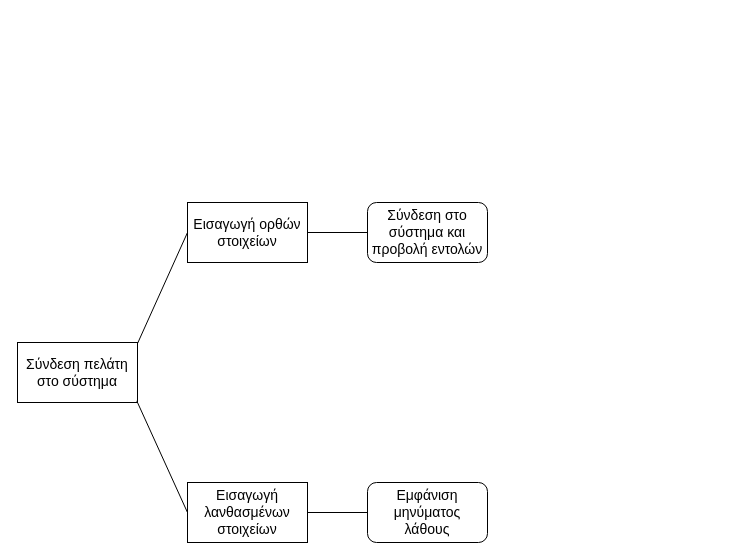
WilhelmStein/Analysis-and-Design-of-Software keeps this draw.io diagram as Structured_Analysis/Decision_Tree.drawio. Above is the earlier version. Source tidied: cells renumbered, new cells numbered last; positions are measured from the earlier drawing's top-left corner, leaving out a move shared by most shapes. Both pictures are drawn from the tidied source at 100%, with x=0, y=0 at pixel (17, 202).
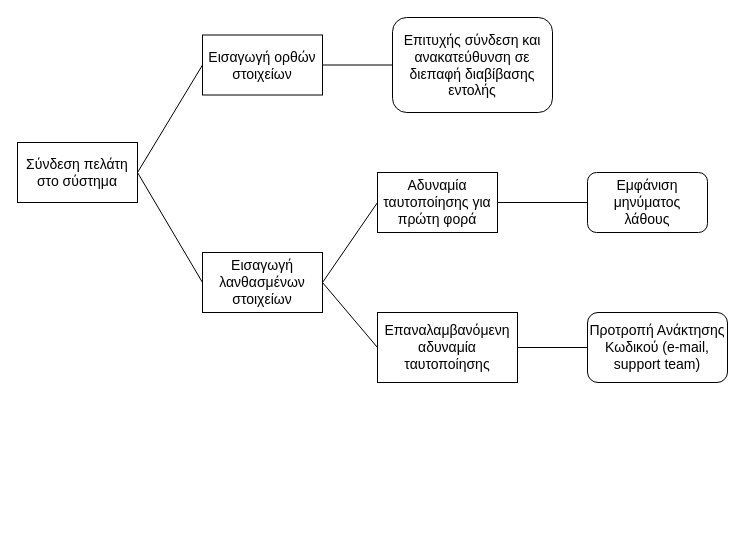
The same diagram, later.

Commit message (it also covers changes not shown here):
Decision tree redo and Data lexicon

The edit, as a diff of the source:
```diff
@@
 <mxGraphModel>
   <root>
     <mxCell id="0" />
     <mxCell id="1" parent="0" />
     <mxCell id="2" value="&lt;font style=&quot;font-size: 14px&quot;&gt;Σύνδεση πελάτη στο σύστημα&lt;/font&gt;" style="rounded=0;whiteSpace=wrap;html=1;" parent="1" vertex="1">
-      <mxGeometry y="140" width="120" height="60" as="geometry" />
+      <mxGeometry y="-60" width="120" height="60" as="geometry" />
     </mxCell>
     <mxCell id="3" value="&lt;font style=&quot;font-size: 14px&quot;&gt;Εισαγωγή ορθών στοιχείων&lt;/font&gt;" style="rounded=0;whiteSpace=wrap;html=1;glass=0;comic=0;shadow=0;" parent="1" vertex="1">
-      <mxGeometry x="170" width="120" height="60" as="geometry" />
+      <mxGeometry x="185" y="-167.5" width="120" height="60" as="geometry" />
     </mxCell>
     <mxCell id="4" value="&lt;font style=&quot;font-size: 14px&quot;&gt;Εισαγωγή λανθασμένων&lt;br&gt;στοιχείων&lt;/font&gt;" style="rounded=0;whiteSpace=wrap;html=1;" parent="1" vertex="1">
-      <mxGeometry x="170" y="280" width="120" height="60" as="geometry" />
+      <mxGeometry x="185" y="50" width="120" height="60" as="geometry" />
     </mxCell>
-    <mxCell id="5" style="endArrow=none;html=1;exitX=1;exitY=0.017;exitDx=0;exitDy=0;exitPerimeter=0;entryX=0;entryY=0.5;entryDx=0;entryDy=0;" parent="1" edge="1" source="2" target="3">
+    <mxCell id="5" style="endArrow=none;html=1;exitX=1;exitY=0.5;exitDx=0;exitDy=0;entryX=0;entryY=0.5;entryDx=0;entryDy=0;" parent="1" edge="1" source="2" target="3">
       <mxGeometry relative="1" as="geometry" />
     </mxCell>
-    <mxCell id="6" style="endArrow=none;html=1;entryX=0.994;entryY=0.973;entryDx=0;entryDy=0;entryPerimeter=0;exitX=0;exitY=0.5;exitDx=0;exitDy=0;" parent="1" edge="1" source="4" target="2">
+    <mxCell id="6" style="endArrow=none;html=1;entryX=1;entryY=0.5;entryDx=0;entryDy=0;exitX=0;exitY=0.5;exitDx=0;exitDy=0;" parent="1" edge="1" source="4" target="2">
       <mxGeometry relative="1" as="geometry" />
     </mxCell>
     <mxCell id="7" value="&lt;font style=&quot;font-size: 14px&quot;&gt;Εμφάνιση μηνύματος&lt;br&gt;λάθους&lt;/font&gt;" style="rounded=1;whiteSpace=wrap;html=1;" parent="1" vertex="1">
-      <mxGeometry x="350" y="280" width="120" height="60" as="geometry" />
+      <mxGeometry x="570" y="-30" width="120" height="60" as="geometry" />
     </mxCell>
-    <mxCell id="8" style="endArrow=none;html=1;entryX=1;entryY=0.5;entryDx=0;entryDy=0;exitX=0;exitY=0.5;exitDx=0;exitDy=0;" parent="1" edge="1" source="7" target="4">
-      <mxGeometry relative="1" as="geometry" />
-    </mxCell>
-    <mxCell id="9" value="&lt;font style=&quot;font-size: 14px&quot;&gt;Σύνδεση στο σύστημα και προβολή εντολών&lt;/font&gt;" style="rounded=1;whiteSpace=wrap;html=1;shadow=0;glass=0;comic=0;" parent="1" vertex="1">
-      <mxGeometry x="350" width="120" height="60" as="geometry" />
+    <mxCell id="9" value="&lt;span style=&quot;font-size: 14px&quot;&gt;Επιτυχής σύνδεση και ανακατεύθυνση σε διεπαφή διαβίβασης εντολής&lt;/span&gt;" style="rounded=1;whiteSpace=wrap;html=1;shadow=0;glass=0;comic=0;" parent="1" vertex="1">
+      <mxGeometry x="375" y="-185" width="160" height="95" as="geometry" />
     </mxCell>
     <mxCell id="10" style="endArrow=none;html=1;entryX=1;entryY=0.5;entryDx=0;entryDy=0;exitX=0;exitY=0.5;exitDx=0;exitDy=0;" parent="1" edge="1" source="9" target="3">
       <mxGeometry relative="1" as="geometry" />
     </mxCell>
+    <mxCell id="11" value="&lt;font style=&quot;font-size: 14px&quot;&gt;Προτροπή Ανάκτησης Κωδικού (e-mail, support team)&lt;/font&gt;" style="rounded=1;whiteSpace=wrap;html=1;" parent="1" vertex="1">
+      <mxGeometry x="570" y="110" width="140" height="70" as="geometry" />
+    </mxCell>
+    <mxCell id="12" value="&lt;font style=&quot;font-size: 14px&quot;&gt;Αδυναμία ταυτοποίησης για πρώτη φορά&lt;/font&gt;" style="rounded=0;whiteSpace=wrap;html=1;" parent="1" vertex="1">
+      <mxGeometry x="360" y="-30" width="120" height="60" as="geometry" />
+    </mxCell>
+    <mxCell id="13" value="&lt;font style=&quot;font-size: 14px&quot;&gt;Eπαναλαμβανόμενη αδυναμία ταυτοποίησης&lt;/font&gt;" style="rounded=0;whiteSpace=wrap;html=1;" parent="1" vertex="1">
+      <mxGeometry x="360" y="110" width="140" height="70" as="geometry" />
+    </mxCell>
+    <mxCell id="14" style="endArrow=none;html=1;entryX=0;entryY=0.5;entryDx=0;entryDy=0;exitX=1;exitY=0.5;exitDx=0;exitDy=0;" parent="1" edge="1" source="12" target="7">
+      <mxGeometry relative="1" as="geometry" />
+    </mxCell>
+    <mxCell id="15" style="endArrow=none;html=1;entryX=0;entryY=0.5;entryDx=0;entryDy=0;exitX=1;exitY=0.5;exitDx=0;exitDy=0;" parent="1" edge="1" source="4" target="12">
+      <mxGeometry relative="1" as="geometry" />
+    </mxCell>
+    <mxCell id="16" style="endArrow=none;html=1;entryX=0;entryY=0.5;entryDx=0;entryDy=0;exitX=1;exitY=0.5;exitDx=0;exitDy=0;" parent="1" edge="1" source="4" target="13">
+      <mxGeometry relative="1" as="geometry" />
+    </mxCell>
+    <mxCell id="17" style="endArrow=none;html=1;entryX=0;entryY=0.5;entryDx=0;entryDy=0;exitX=1;exitY=0.5;exitDx=0;exitDy=0;" parent="1" edge="1" source="13" target="11">
+      <mxGeometry relative="1" as="geometry" />
+    </mxCell>
   </root>
 </mxGraphModel>
```
